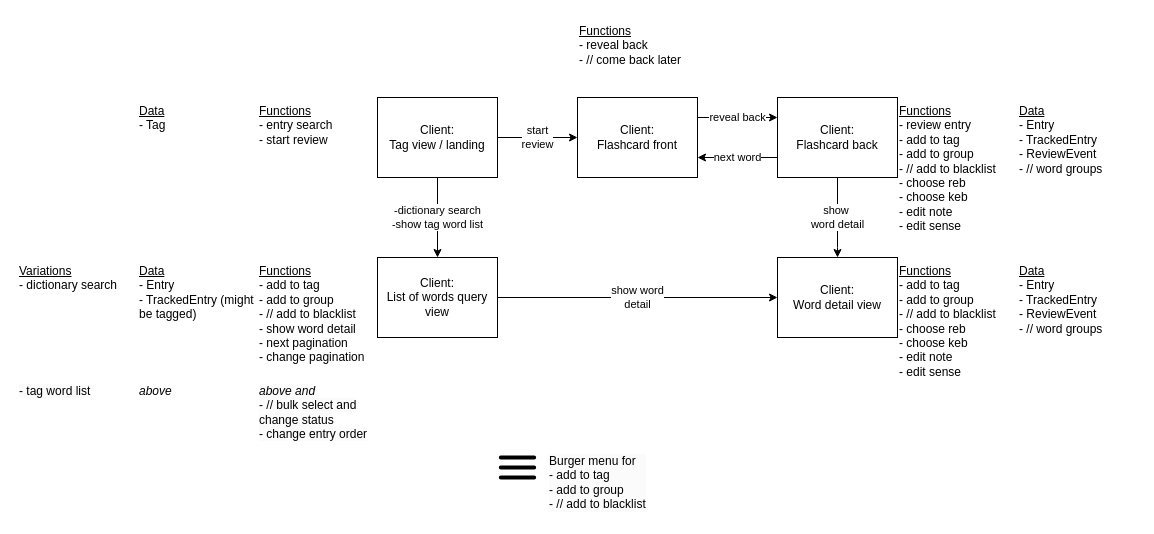
This is docs/client/ClientViewFlow.drawio from shibaholic/dango_jisho, a draw.io file, before an edit. Source tidied: cells renumbered, new cells numbered last; positions are measured from the earlier drawing's top-left corner, leaving out a move shared by most shapes. Both pictures are drawn from the tidied source at 100%, with x=0, y=0 at pixel (17, 17).
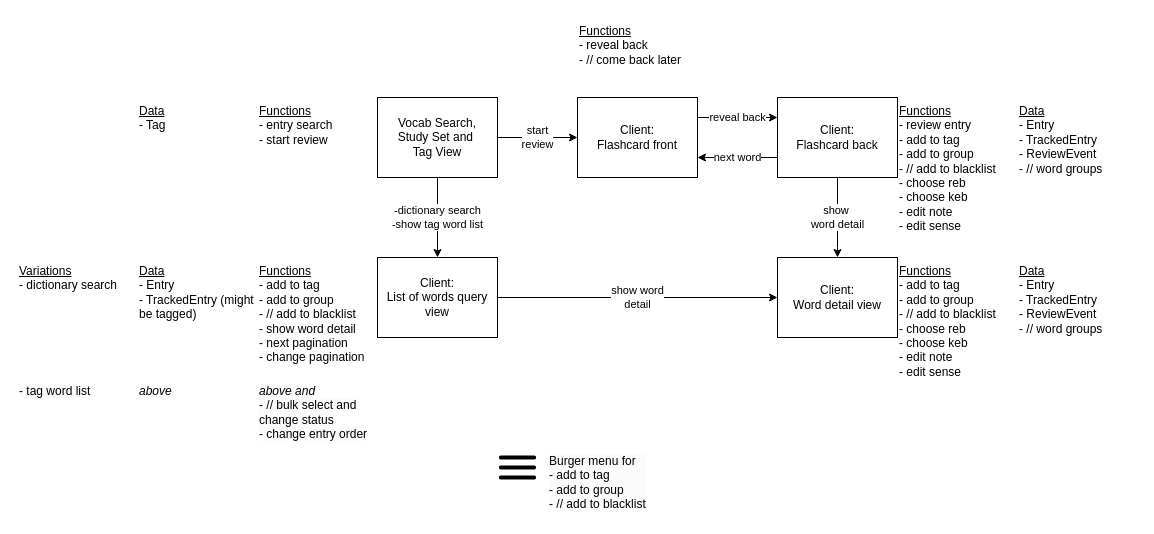
The same diagram, later.

Commit message (it also covers changes not shown here):
initial landing page

What changed in the source:
```diff
@@
-    <mxCell id="5" value="Client:&lt;div&gt;Tag view / landing&lt;/div&gt;" style="rounded=0;whiteSpace=wrap;html=1;" parent="1" vertex="1">
+    <mxCell id="5" value="Vocab Search,&lt;div&gt;Study Set and&amp;nbsp;&lt;/div&gt;&lt;div&gt;Tag View&lt;/div&gt;" style="rounded=0;whiteSpace=wrap;html=1;" parent="1" vertex="1">
       <mxGeometry x="360" y="80" width="120" height="80" as="geometry" />
     </mxCell>
```
